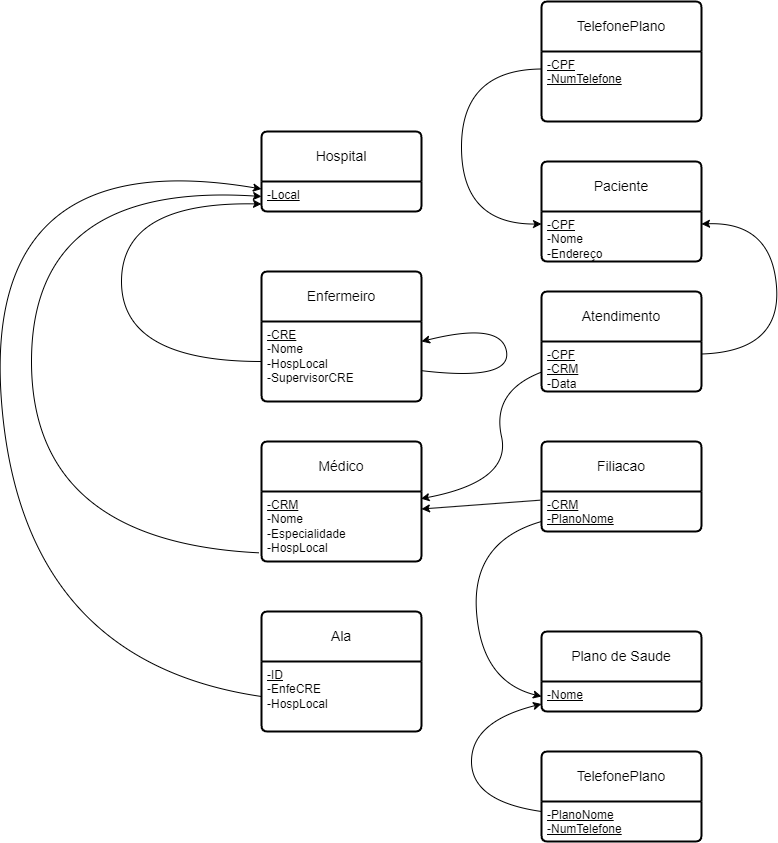
Earlier version of the draw.io export ProjetoLogico.png (Felipe256/Exercicio-DER). Source tidied: cells renumbered, new cells last; positions are measured from the earlier drawing's top-left corner, leaving out a move shared by most shapes.
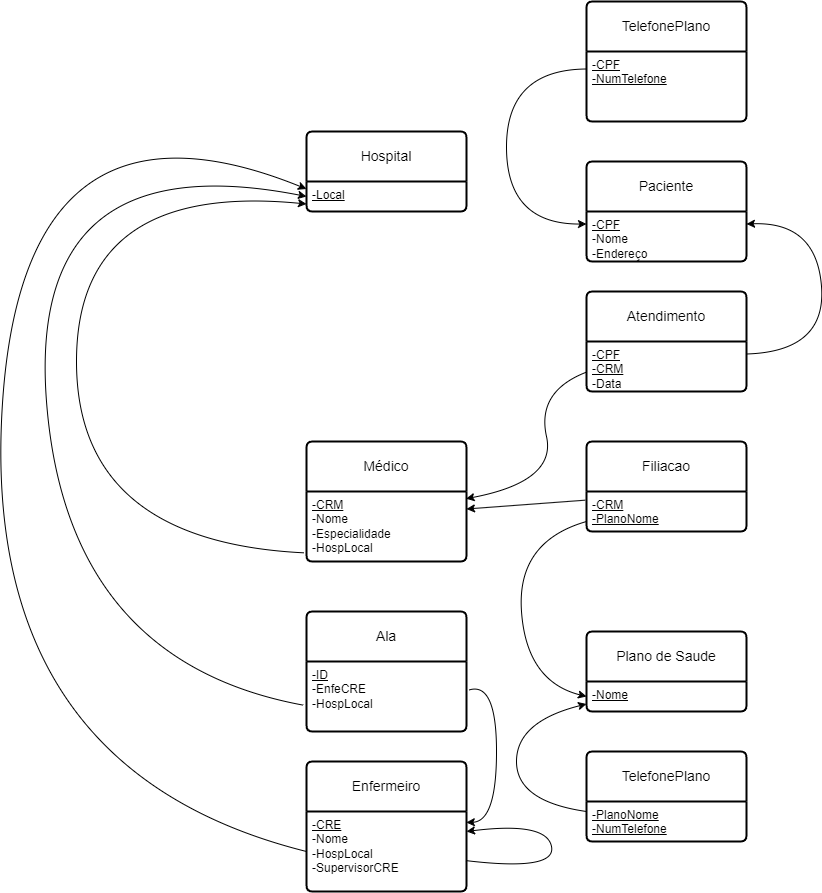
The same file after the commit.

Diff of the diagram source:
```diff
@@ -9,7 +9,7 @@
       <mxGeometry y="50" width="160" height="30" as="geometry" />
     </mxCell>
     <mxCell id="4" value="Enfermeiro" style="swimlane;horizontal=1;startSize=50;rounded=1;fontSize=14;fontStyle=0;strokeWidth=2;shadow=0;dashed=0;align=center;arcSize=4;whiteSpace=wrap;html=1;" parent="1" vertex="1">
-      <mxGeometry x="280" y="270" width="160" height="130" as="geometry" />
+      <mxGeometry x="280" y="760" width="160" height="130" as="geometry" />
     </mxCell>
     <mxCell id="5" value="&lt;u&gt;-CRE&lt;br&gt;&lt;/u&gt;-Nome&lt;br&gt;-HospLocal&lt;br&gt;-SupervisorCRE" style="align=left;strokeColor=none;fillColor=none;spacingLeft=4;fontSize=12;verticalAlign=top;html=1;" parent="4" vertex="1">
       <mxGeometry y="50" width="160" height="80" as="geometry" />
@@ -18,15 +18,15 @@
       <mxGeometry relative="1" as="geometry">
         <Array as="points">
           <mxPoint x="250" y="110" />
-          <mxPoint x="240" y="50" />
+          <mxPoint x="240" y="60" />
         </Array>
       </mxGeometry>
     </mxCell>
-    <mxCell id="7" style="curved=1;endArrow=classic;html=1;rounded=0;exitX=0;exitY=0.5;exitDx=0;exitDy=0;entryX=0;entryY=0.75;entryDx=0;entryDy=0;" parent="1" edge="1" source="5" target="3">
+    <mxCell id="7" style="curved=1;endArrow=classic;html=1;rounded=0;exitX=0;exitY=0.5;exitDx=0;exitDy=0;entryX=0;entryY=0.25;entryDx=0;entryDy=0;" parent="1" edge="1" source="5" target="3">
       <mxGeometry relative="1" as="geometry">
         <Array as="points">
-          <mxPoint x="140" y="360" />
-          <mxPoint x="140" y="200" />
+          <mxPoint x="-40" y="770" />
+          <mxPoint x="-10" y="70" />
         </Array>
       </mxGeometry>
     </mxCell>
@@ -36,7 +36,7 @@
     <mxCell id="9" value="&lt;u&gt;-CRM&lt;/u&gt;&lt;br&gt;-Nome&lt;br&gt;-Especialidade&lt;br&gt;-HospLocal" style="align=left;strokeColor=none;fillColor=none;spacingLeft=4;fontSize=12;verticalAlign=top;html=1;" parent="8" vertex="1">
       <mxGeometry y="50" width="160" height="70" as="geometry" />
     </mxCell>
-    <mxCell id="10" style="curved=1;endArrow=classic;html=1;rounded=0;exitX=-0.017;exitY=0.876;exitDx=0;exitDy=0;exitPerimeter=0;entryX=0;entryY=0.5;entryDx=0;entryDy=0;" parent="1" edge="1" source="9" target="3">
+    <mxCell id="10" style="curved=1;endArrow=classic;html=1;rounded=0;exitX=-0.017;exitY=0.876;exitDx=0;exitDy=0;exitPerimeter=0;entryX=0;entryY=0.75;entryDx=0;entryDy=0;" parent="1" edge="1" source="9" target="3">
       <mxGeometry relative="1" as="geometry">
         <Array as="points">
           <mxPoint x="50" y="540" />
@@ -50,7 +50,7 @@
     <mxCell id="12" value="&lt;u&gt;-ID&lt;/u&gt;&lt;br&gt;-EnfeCRE&lt;br&gt;-HospLocal" style="align=left;strokeColor=none;fillColor=none;spacingLeft=4;fontSize=12;verticalAlign=top;html=1;" parent="11" vertex="1">
       <mxGeometry y="50" width="160" height="70" as="geometry" />
     </mxCell>
-    <mxCell id="13" style="curved=1;endArrow=classic;html=1;rounded=0;exitX=0;exitY=0.5;exitDx=0;exitDy=0;entryX=0;entryY=0.25;entryDx=0;entryDy=0;" parent="1" edge="1" source="12" target="3">
+    <mxCell id="13" style="curved=1;endArrow=classic;html=1;rounded=0;exitX=-0.019;exitY=0.624;exitDx=0;exitDy=0;entryX=0;entryY=0.5;entryDx=0;entryDy=0;exitPerimeter=0;" parent="1" edge="1" source="12" target="3">
       <mxGeometry relative="1" as="geometry">
         <Array as="points">
           <mxPoint x="40" y="660" />
@@ -137,5 +137,13 @@
         </Array>
       </mxGeometry>
     </mxCell>
+    <mxCell id="32" style="curved=1;endArrow=classic;html=1;rounded=0;exitX=1.016;exitY=0.407;exitDx=0;exitDy=0;exitPerimeter=0;entryX=0.999;entryY=0.137;entryDx=0;entryDy=0;entryPerimeter=0;" parent="1" edge="1" source="12" target="5">
+      <mxGeometry relative="1" as="geometry">
+        <Array as="points">
+          <mxPoint x="470" y="680" />
+          <mxPoint x="470" y="820" />
+        </Array>
+      </mxGeometry>
+    </mxCell>
   </root>
 </mxGraphModel>
```
